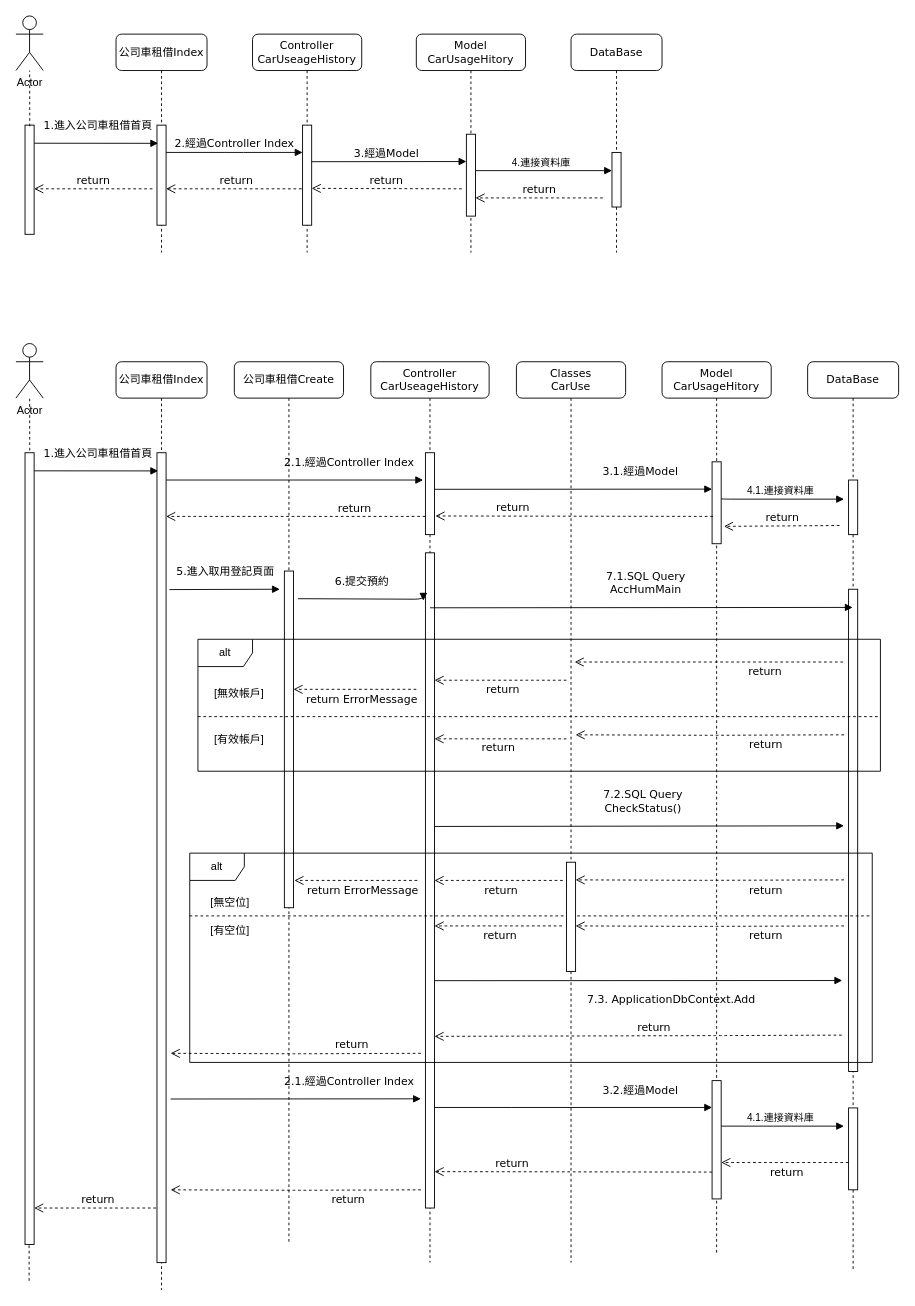
Earlier version of the draw.io diagram images/公司車租借循序圖.drawio (merosun/windows). Source tidied: cells renumbered, new cells numbered last; positions are measured from the earlier drawing's top-left corner, leaving out a move shared by most shapes. Both pictures are drawn from the tidied source at 91%, with x=0, y=0 at pixel (15, 15).
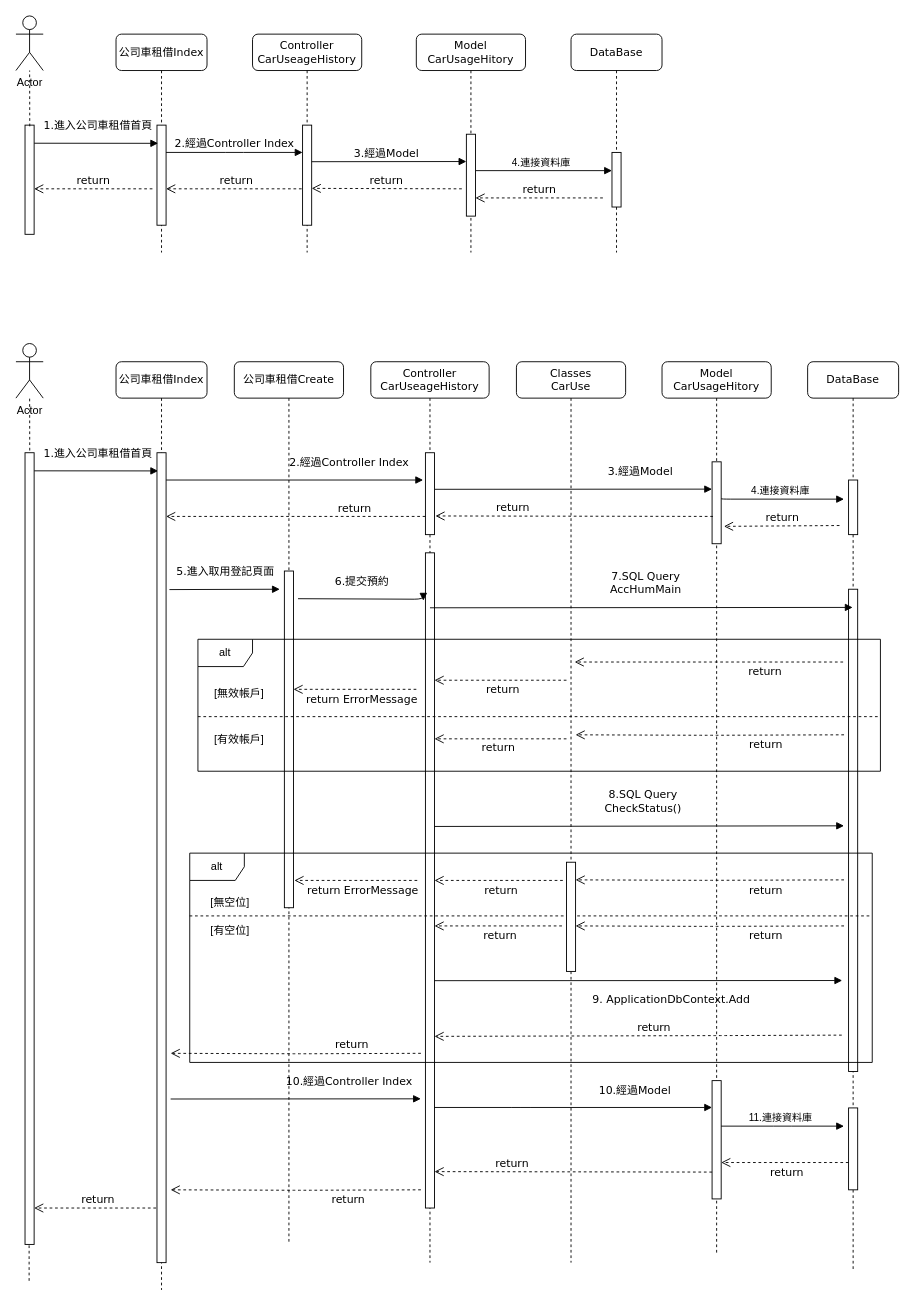
The same diagram, later.

Commit message (it also covers changes not shown here):
更新公司車租借循序圖.drawio

The change refers to these unchanged cells:
```xml
<mxCell id="21" value="DataBase" style="shape=umlLifeline;perimeter=lifelinePerimeter;whiteSpace=wrap;html=1;outlineConnect=0;rounded=1;shadow=0;comic=0;labelBackgroundColor=none;strokeWidth=1;fontFamily=Verdana;fontSize=12;align=center;" parent="1" vertex="1">
  <mxGeometry x="870" y="380" width="100" height="1000" as="geometry" />
</mxCell>
<mxCell id="29" style="html=1;verticalAlign=bottom;endArrow=block;labelBackgroundColor=none;fontFamily=Verdana;fontSize=12;edgeStyle=elbowEdgeStyle;elbow=vertical;exitX=0.9;exitY=0.237;exitDx=0;exitDy=0;exitPerimeter=0;" parent="28" edge="1">
  <mxGeometry relative="1" as="geometry">
    <mxPoint x="65" y="150" as="sourcePoint" />
    <mxPoint x="200" y="151" as="targetPoint" />
  </mxGeometry>
</mxCell>
<mxCell id="34" style="html=1;verticalAlign=bottom;endArrow=block;labelBackgroundColor=none;fontFamily=Verdana;fontSize=12;edgeStyle=elbowEdgeStyle;elbow=vertical;" parent="28" edge="1">
  <mxGeometry relative="1" as="geometry">
    <mxPoint x="65" y="840" as="sourcePoint" />
    <mxPoint x="200" y="840" as="targetPoint" />
  </mxGeometry>
</mxCell>
<mxCell id="37" value="Controller&lt;br&gt;CarUseageHistory" style="shape=umlLifeline;perimeter=lifelinePerimeter;whiteSpace=wrap;html=1;rounded=1;shadow=0;comic=0;labelBackgroundColor=none;strokeWidth=1;fontFamily=Verdana;fontSize=12;align=center;" parent="1" vertex="1">
  <mxGeometry x="390" y="380" width="130" height="990" as="geometry" />
</mxCell>
<mxCell id="39" style="html=1;points=[];perimeter=orthogonalPerimeter;rounded=0;shadow=0;comic=0;labelBackgroundColor=none;strokeWidth=1;fontFamily=Verdana;fontSize=12;align=center;" parent="37" vertex="1">
  <mxGeometry x="60" y="100" width="10" height="90" as="geometry" />
</mxCell>
<mxCell id="40" style="html=1;points=[];perimeter=orthogonalPerimeter;rounded=0;shadow=0;comic=0;labelBackgroundColor=none;strokeWidth=1;fontFamily=Verdana;fontSize=12;align=center;" parent="37" vertex="1">
  <mxGeometry x="60" y="210" width="10" height="720" as="geometry" />
</mxCell>
<mxCell id="70" value="公司車租借Index" style="shape=umlLifeline;perimeter=lifelinePerimeter;whiteSpace=wrap;html=1;rounded=1;shadow=0;comic=0;labelBackgroundColor=none;strokeWidth=1;fontFamily=Verdana;fontSize=12;align=center;" parent="1" vertex="1">
  <mxGeometry x="110" y="380" width="100" height="1020" as="geometry" />
</mxCell>
```

Change to the diagram source:
```diff
@@
-    <mxCell id="30" value="4.1.連接資料庫" style="edgeLabel;html=1;align=center;verticalAlign=middle;" parent="29" vertex="1">
+    <mxCell id="30" value="4.連接資料庫" style="edgeLabel;html=1;align=center;verticalAlign=middle;" parent="29" vertex="1">
       <mxGeometry x="-0.05" y="2" relative="1" as="geometry">
         <mxPoint y="-8" as="offset" />
       </mxGeometry>
     </mxCell>
@@
-    <mxCell id="35" value="4.1.連接資料庫" style="edgeLabel;html=1;align=center;verticalAlign=middle;" parent="34" vertex="1">
+    <mxCell id="35" value="11.連接資料庫" style="edgeLabel;html=1;align=center;verticalAlign=middle;" parent="34" vertex="1">
       <mxGeometry x="-0.05" y="2" relative="1" as="geometry">
         <mxPoint y="-8" as="offset" />
       </mxGeometry>
     </mxCell>
@@
-    <mxCell id="38" value="3.1.經過Model" style="html=1;verticalAlign=bottom;endArrow=block;labelBackgroundColor=none;fontFamily=Verdana;fontSize=12;edgeStyle=elbowEdgeStyle;elbow=vertical;exitX=1.121;exitY=0.358;exitDx=0;exitDy=0;exitPerimeter=0;" parent="37" edge="1">
+    <mxCell id="38" value="3.經過Model" style="html=1;verticalAlign=bottom;endArrow=block;labelBackgroundColor=none;fontFamily=Verdana;fontSize=12;edgeStyle=elbowEdgeStyle;elbow=vertical;exitX=1.121;exitY=0.358;exitDx=0;exitDy=0;exitPerimeter=0;" parent="37" edge="1">
       <mxGeometry x="0.48" y="10" relative="1" as="geometry">
         <mxPoint x="70" y="140.2" as="sourcePoint" />
         <mxPoint x="375" y="140" as="targetPoint" />
       </mxGeometry>
     </mxCell>
@@
-    <mxCell id="41" value="7.2.SQL Query&lt;br&gt;CheckStatus()" style="html=1;verticalAlign=bottom;endArrow=block;labelBackgroundColor=none;fontFamily=Verdana;fontSize=12;edgeStyle=elbowEdgeStyle;elbow=vertical;exitX=1.32;exitY=0.127;exitDx=0;exitDy=0;exitPerimeter=0;" parent="37" edge="1">
+    <mxCell id="41" value="8.SQL Query&lt;br&gt;CheckStatus()" style="html=1;verticalAlign=bottom;endArrow=block;labelBackgroundColor=none;fontFamily=Verdana;fontSize=12;edgeStyle=elbowEdgeStyle;elbow=vertical;exitX=1.32;exitY=0.127;exitDx=0;exitDy=0;exitPerimeter=0;" parent="37" edge="1">
       <mxGeometry x="0.02" y="10" relative="1" as="geometry">
         <mxPoint x="70" y="510.7" as="sourcePoint" />
         <mxPoint x="520" y="510" as="targetPoint" />
         <Array as="points">
           <mxPoint x="85" y="510" />
         </Array>
       </mxGeometry>
     </mxCell>
@@
-    <mxCell id="57" value="7.1.SQL Query&lt;br&gt;AccHumMain" style="html=1;verticalAlign=bottom;endArrow=block;labelBackgroundColor=none;fontFamily=Verdana;fontSize=12;edgeStyle=elbowEdgeStyle;elbow=vertical;exitX=1.32;exitY=0.127;exitDx=0;exitDy=0;exitPerimeter=0;" parent="1" edge="1" target="21">
+    <mxCell id="57" value="7.SQL Query&lt;br&gt;AccHumMain" style="html=1;verticalAlign=bottom;endArrow=block;labelBackgroundColor=none;fontFamily=Verdana;fontSize=12;edgeStyle=elbowEdgeStyle;elbow=vertical;exitX=1.32;exitY=0.127;exitDx=0;exitDy=0;exitPerimeter=0;" parent="1" edge="1" target="21">
       <mxGeometry x="0.02" y="10" relative="1" as="geometry">
         <mxPoint x="455" y="650.4" as="sourcePoint" />
       </mxGeometry>
     </mxCell>
@@
-    <mxCell id="69" value="7.3. ApplicationDbContext.Add" style="html=1;verticalAlign=bottom;endArrow=block;labelBackgroundColor=none;fontFamily=Verdana;fontSize=12;edgeStyle=elbowEdgeStyle;elbow=vertical;exitX=0.994;exitY=0.653;exitDx=0;exitDy=0;exitPerimeter=0;" parent="1" edge="1" source="40">
+    <mxCell id="69" value="9. ApplicationDbContext.Add" style="html=1;verticalAlign=bottom;endArrow=block;labelBackgroundColor=none;fontFamily=Verdana;fontSize=12;edgeStyle=elbowEdgeStyle;elbow=vertical;exitX=0.994;exitY=0.653;exitDx=0;exitDy=0;exitPerimeter=0;" parent="1" edge="1" source="40">
       <mxGeometry x="0.16" y="-30" relative="1" as="geometry">
         <mxPoint x="908" y="1060" as="targetPoint" />
       </mxGeometry>
     </mxCell>
@@
-    <mxCell id="71" value="2.1.經過Controller Index" style="html=1;verticalAlign=bottom;endArrow=block;labelBackgroundColor=none;fontFamily=Verdana;fontSize=12;edgeStyle=elbowEdgeStyle;elbow=vertical;entryX=-0.253;entryY=0.333;entryDx=0;entryDy=0;entryPerimeter=0;" parent="70" edge="1" target="39">
+    <mxCell id="71" value="2.經過Controller Index" style="html=1;verticalAlign=bottom;endArrow=block;labelBackgroundColor=none;fontFamily=Verdana;fontSize=12;edgeStyle=elbowEdgeStyle;elbow=vertical;entryX=-0.253;entryY=0.333;entryDx=0;entryDy=0;entryPerimeter=0;" parent="70" edge="1" target="39">
       <mxGeometry x="0.42" y="10" relative="1" as="geometry">
         <mxPoint x="55" y="130" as="sourcePoint" />
       </mxGeometry>
     </mxCell>
@@
-    <mxCell id="75" value="3.2.經過Model" style="html=1;verticalAlign=bottom;endArrow=block;labelBackgroundColor=none;fontFamily=Verdana;fontSize=12;edgeStyle=elbowEdgeStyle;elbow=vertical;" parent="1" edge="1">
-      <mxGeometry x="0.48" y="10" relative="1" as="geometry">
+    <mxCell id="75" value="10.經過Model" style="html=1;verticalAlign=bottom;endArrow=block;labelBackgroundColor=none;fontFamily=Verdana;fontSize=12;edgeStyle=elbowEdgeStyle;elbow=vertical;" parent="1" edge="1">
+      <mxGeometry x="0.44" y="10" relative="1" as="geometry">
         <mxPoint x="459.7" y="1199.5" as="sourcePoint" />
         <mxPoint x="765" y="1199.5" as="targetPoint" />
         <Array as="points">
           <mxPoint x="555" y="1199.5" />
           <mxPoint x="565" y="1269.5" />
         </Array>
       </mxGeometry>
     </mxCell>
@@
-    <mxCell id="77" value="2.1.經過Controller Index" style="html=1;verticalAlign=bottom;endArrow=block;labelBackgroundColor=none;fontFamily=Verdana;fontSize=12;edgeStyle=elbowEdgeStyle;elbow=vertical;" parent="1" edge="1">
+    <mxCell id="77" value="10.經過Controller Index" style="html=1;verticalAlign=bottom;endArrow=block;labelBackgroundColor=none;fontFamily=Verdana;fontSize=12;edgeStyle=elbowEdgeStyle;elbow=vertical;" parent="1" edge="1">
       <mxGeometry x="0.42" y="10" relative="1" as="geometry">
         <mxPoint x="170" y="1190.2" as="sourcePoint" />
         <mxPoint x="445" y="1190.2" as="targetPoint" />
       </mxGeometry>
     </mxCell>
```
